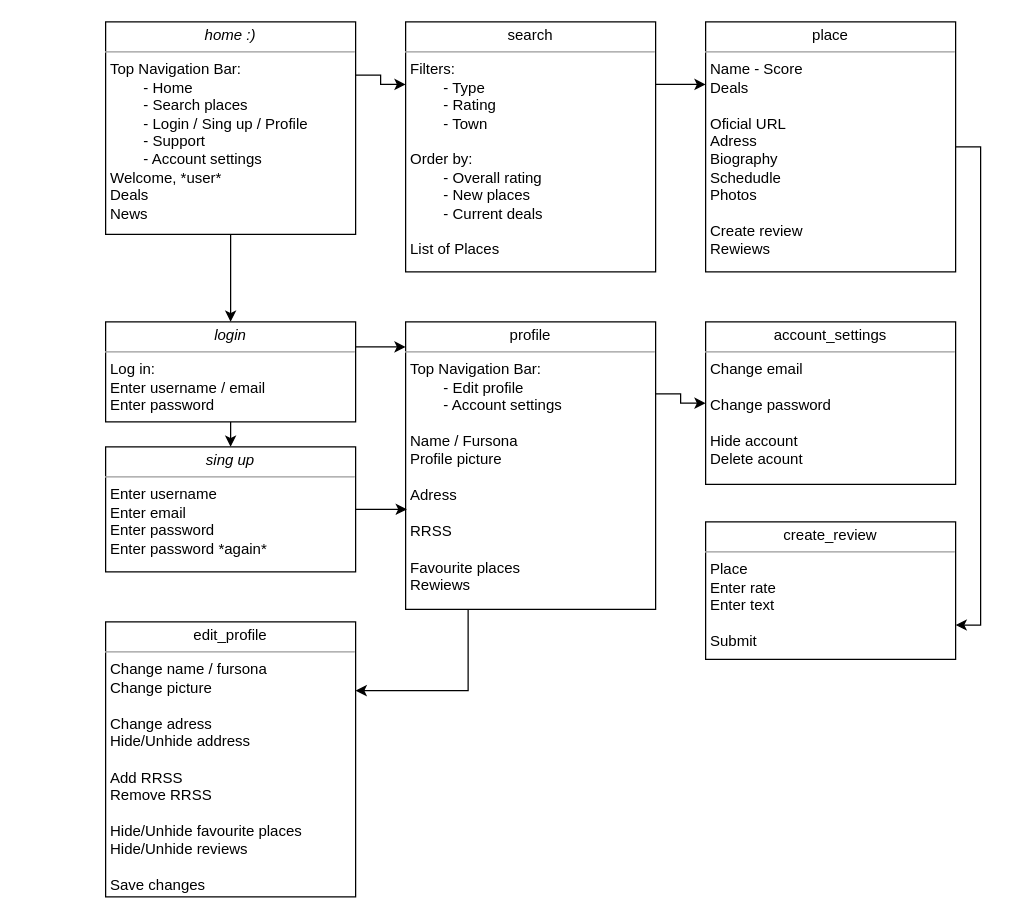
Before: Documents/htmls.drawio in GonzaloLGI/Furry-Advisor, a draw.io diagram. Source tidied: cells renumbered, new cells numbered last; positions are measured from the earlier drawing's top-left corner, leaving out a move shared by most shapes. Both pictures are drawn from the tidied source at 125%, with x=0, y=0 at pixel (105, 21).
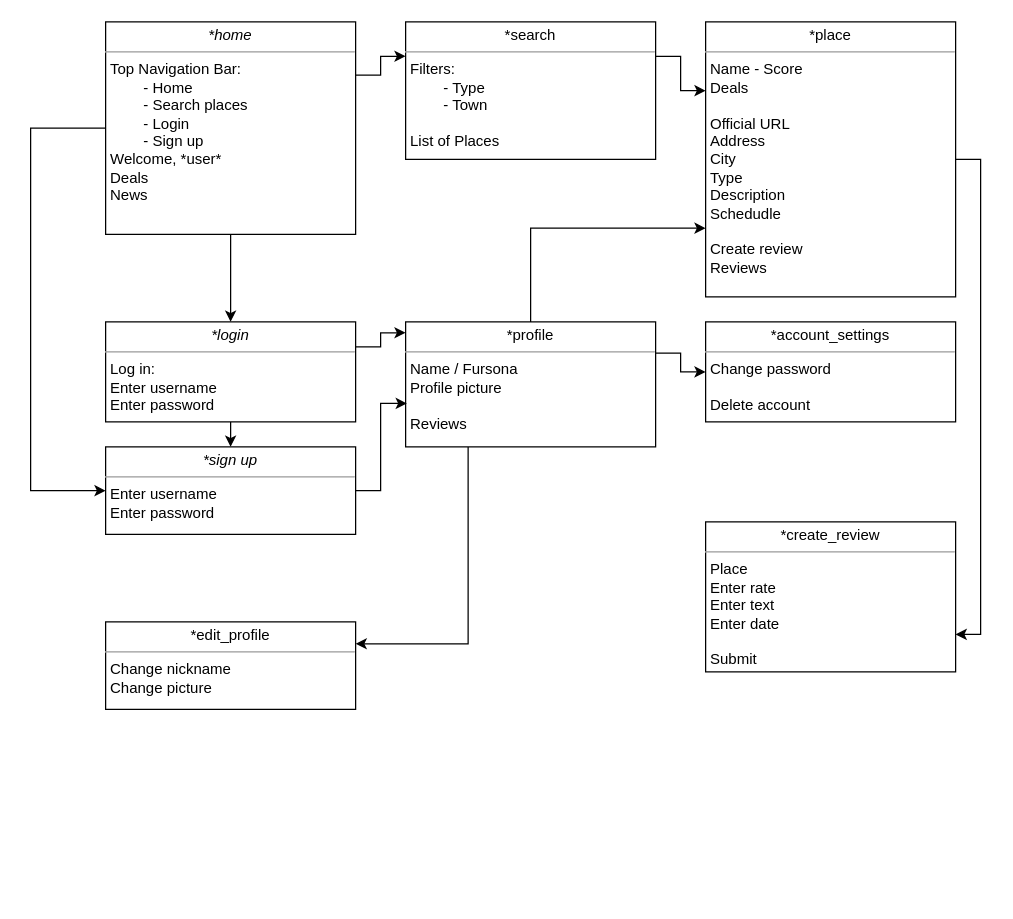
The same diagram, later.

Diff of the diagram source:
```diff
@@
-    <mxCell id="3" value="&lt;p style=&quot;margin: 0px ; margin-top: 4px ; text-align: center&quot;&gt;search&lt;/p&gt;&lt;hr size=&quot;1&quot;&gt;&lt;p style=&quot;margin: 0px ; margin-left: 4px&quot;&gt;Filters:&lt;/p&gt;&lt;p style=&quot;margin: 0px ; margin-left: 4px&quot;&gt;&lt;span style=&quot;white-space: pre&quot;&gt;&#9;&lt;/span&gt;- Type&lt;br&gt;&lt;/p&gt;&lt;p style=&quot;margin: 0px ; margin-left: 4px&quot;&gt;&lt;span style=&quot;white-space: pre&quot;&gt;&#9;&lt;/span&gt;- Rating&lt;br&gt;&lt;/p&gt;&lt;p style=&quot;margin: 0px ; margin-left: 4px&quot;&gt;&lt;span style=&quot;white-space: pre&quot;&gt;&#9;&lt;/span&gt;- Town&lt;br&gt;&lt;/p&gt;&lt;p style=&quot;margin: 0px ; margin-left: 4px&quot;&gt;&lt;br&gt;&lt;/p&gt;&lt;p style=&quot;margin: 0px ; margin-left: 4px&quot;&gt;Order by:&lt;/p&gt;&lt;p style=&quot;margin: 0px ; margin-left: 4px&quot;&gt;&lt;span style=&quot;white-space: pre&quot;&gt;&#9;&lt;/span&gt;- Overall rating&lt;/p&gt;&lt;p style=&quot;margin: 0px ; margin-left: 4px&quot;&gt;&lt;span style=&quot;white-space: pre&quot;&gt;&#9;&lt;/span&gt;- New places&lt;br&gt;&lt;/p&gt;&lt;p style=&quot;margin: 0px ; margin-left: 4px&quot;&gt;&lt;span style=&quot;white-space: pre&quot;&gt;&#9;&lt;/span&gt;- Current deals&lt;br&gt;&lt;/p&gt;&lt;p style=&quot;margin: 0px ; margin-left: 4px&quot;&gt;&lt;br&gt;&lt;/p&gt;&lt;p style=&quot;margin: 0px ; margin-left: 4px&quot;&gt;List of Places&lt;/p&gt;" style="verticalAlign=top;align=left;overflow=fill;fontSize=12;fontFamily=Helvetica;html=1;rounded=0;shadow=0;comic=0;labelBackgroundColor=none;strokeWidth=1;" parent="1" vertex="1">
-      <mxGeometry x="240" width="200" height="200" as="geometry" />
+    <mxCell id="3" value="&lt;p style=&quot;margin: 0px ; margin-top: 4px ; text-align: center&quot;&gt;*search&lt;/p&gt;&lt;hr size=&quot;1&quot;&gt;&lt;p style=&quot;margin: 0px ; margin-left: 4px&quot;&gt;Filters:&lt;/p&gt;&lt;p style=&quot;margin: 0px ; margin-left: 4px&quot;&gt;&lt;span style=&quot;white-space: pre&quot;&gt;&#9;&lt;/span&gt;- Type&lt;/p&gt;&lt;p style=&quot;margin: 0px ; margin-left: 4px&quot;&gt;&lt;span style=&quot;white-space: pre&quot;&gt;&#9;&lt;/span&gt;- Town&lt;/p&gt;&lt;p style=&quot;margin: 0px ; margin-left: 4px&quot;&gt;&lt;br&gt;&lt;/p&gt;&lt;p style=&quot;margin: 0px ; margin-left: 4px&quot;&gt;List of Places&lt;/p&gt;" style="verticalAlign=top;align=left;overflow=fill;fontSize=12;fontFamily=Helvetica;html=1;rounded=0;shadow=0;comic=0;labelBackgroundColor=none;strokeWidth=1;" parent="1" vertex="1">
+      <mxGeometry x="240" width="200" height="110" as="geometry" />
     </mxCell>
@@
-    <mxCell id="6" value="&lt;p style=&quot;margin: 0px ; margin-top: 4px ; text-align: center&quot;&gt;&lt;i&gt;l&lt;/i&gt;&lt;i&gt;ogin&lt;/i&gt;&lt;/p&gt;&lt;hr size=&quot;1&quot;&gt;&lt;p style=&quot;margin: 0px ; margin-left: 4px&quot;&gt;Log in:&lt;/p&gt;&lt;p style=&quot;margin: 0px ; margin-left: 4px&quot;&gt;Enter username /&lt;span&gt;&amp;nbsp;email&lt;/span&gt;&lt;/p&gt;&lt;p style=&quot;margin: 0px ; margin-left: 4px&quot;&gt;Enter password&lt;/p&gt;&lt;p style=&quot;margin: 0px ; margin-left: 4px&quot;&gt;&lt;br&gt;&lt;/p&gt;" style="verticalAlign=top;align=left;overflow=fill;fontSize=12;fontFamily=Helvetica;html=1;rounded=0;shadow=0;comic=0;labelBackgroundColor=none;strokeWidth=1;" parent="1" vertex="1">
+    <mxCell id="6" value="&lt;p style=&quot;margin: 0px ; margin-top: 4px ; text-align: center&quot;&gt;&lt;i&gt;*l&lt;/i&gt;&lt;i&gt;ogin&lt;/i&gt;&lt;/p&gt;&lt;hr size=&quot;1&quot;&gt;&lt;p style=&quot;margin: 0px ; margin-left: 4px&quot;&gt;Log in:&lt;/p&gt;&lt;p style=&quot;margin: 0px ; margin-left: 4px&quot;&gt;Enter username&lt;/p&gt;&lt;p style=&quot;margin: 0px ; margin-left: 4px&quot;&gt;Enter password&lt;/p&gt;&lt;p style=&quot;margin: 0px ; margin-left: 4px&quot;&gt;&lt;br&gt;&lt;/p&gt;" style="verticalAlign=top;align=left;overflow=fill;fontSize=12;fontFamily=Helvetica;html=1;rounded=0;shadow=0;comic=0;labelBackgroundColor=none;strokeWidth=1;" parent="1" vertex="1">
       <mxGeometry y="240" width="200" height="80" as="geometry" />
     </mxCell>
@@
+    <mxCell id="20" style="edgeStyle=elbowEdgeStyle;rounded=0;jettySize=auto;html=1;exitX=0;exitY=0.5;exitDx=0;exitDy=0;entryX=0;entryY=0.5;entryDx=0;entryDy=0;" parent="1" edge="1" source="9" target="19">
+      <mxGeometry relative="1" as="geometry">
+        <Array as="points">
+          <mxPoint x="-60" y="230" />
+        </Array>
+      </mxGeometry>
+    </mxCell>
-    <mxCell id="9" value="&lt;p style=&quot;margin: 0px ; margin-top: 4px ; text-align: center&quot;&gt;&lt;i&gt;home :)&lt;/i&gt;&lt;/p&gt;&lt;hr size=&quot;1&quot;&gt;&lt;p style=&quot;margin: 0px ; margin-left: 4px&quot;&gt;Top Navigation Bar:&lt;/p&gt;&lt;p style=&quot;margin: 0px ; margin-left: 4px&quot;&gt;&lt;span style=&quot;white-space: pre&quot;&gt;&#9;&lt;/span&gt;- Home&lt;br&gt;&lt;/p&gt;&lt;p style=&quot;margin: 0px ; margin-left: 4px&quot;&gt;&lt;span style=&quot;white-space: pre&quot;&gt;&#9;&lt;/span&gt;- Search places&lt;br&gt;&lt;/p&gt;&lt;p style=&quot;margin: 0px ; margin-left: 4px&quot;&gt;&lt;span style=&quot;white-space: pre&quot;&gt;&#9;&lt;/span&gt;- Login / Sing up /&lt;span&gt;&amp;nbsp;Profile&lt;/span&gt;&lt;/p&gt;&lt;p style=&quot;margin: 0px ; margin-left: 4px&quot;&gt;&lt;span style=&quot;white-space: pre&quot;&gt;&#9;&lt;/span&gt;- Support&lt;br&gt;&lt;/p&gt;&lt;p style=&quot;margin: 0px ; margin-left: 4px&quot;&gt;&lt;span style=&quot;white-space: pre&quot;&gt;&#9;&lt;/span&gt;- Account settings&lt;br&gt;&lt;/p&gt;&lt;p style=&quot;margin: 0px ; margin-left: 4px&quot;&gt;Welcome, *user*&lt;/p&gt;&lt;p style=&quot;margin: 0px ; margin-left: 4px&quot;&gt;Deals&lt;/p&gt;&lt;p style=&quot;margin: 0px ; margin-left: 4px&quot;&gt;News&lt;/p&gt;&lt;p style=&quot;margin: 0px ; margin-left: 4px&quot;&gt;&lt;br&gt;&lt;/p&gt;&lt;p style=&quot;margin: 0px ; margin-left: 4px&quot;&gt;&lt;br&gt;&lt;/p&gt;" style="verticalAlign=top;align=left;overflow=fill;fontSize=12;fontFamily=Helvetica;html=1;rounded=0;shadow=0;comic=0;labelBackgroundColor=none;strokeWidth=1;" parent="1" vertex="1">
+    <mxCell id="9" value="&lt;p style=&quot;margin: 0px ; margin-top: 4px ; text-align: center&quot;&gt;&lt;i&gt;*home&lt;/i&gt;&lt;/p&gt;&lt;hr size=&quot;1&quot;&gt;&lt;p style=&quot;margin: 0px ; margin-left: 4px&quot;&gt;Top Navigation Bar:&lt;/p&gt;&lt;p style=&quot;margin: 0px ; margin-left: 4px&quot;&gt;&lt;span style=&quot;white-space: pre&quot;&gt;&#9;&lt;/span&gt;- Home&lt;br&gt;&lt;/p&gt;&lt;p style=&quot;margin: 0px ; margin-left: 4px&quot;&gt;&lt;span style=&quot;white-space: pre&quot;&gt;&#9;&lt;/span&gt;- Search places&lt;br&gt;&lt;/p&gt;&lt;p style=&quot;margin: 0px ; margin-left: 4px&quot;&gt;&lt;span style=&quot;white-space: pre&quot;&gt;&#9;&lt;/span&gt;- Login&lt;/p&gt;&lt;p style=&quot;margin: 0px ; margin-left: 4px&quot;&gt;&lt;span style=&quot;white-space: pre&quot;&gt;&#9;&lt;/span&gt;- Sign up&lt;/p&gt;&lt;p style=&quot;margin: 0px ; margin-left: 4px&quot;&gt;Welcome, *user*&lt;/p&gt;&lt;p style=&quot;margin: 0px ; margin-left: 4px&quot;&gt;Deals&lt;/p&gt;&lt;p style=&quot;margin: 0px ; margin-left: 4px&quot;&gt;News&lt;/p&gt;&lt;p style=&quot;margin: 0px ; margin-left: 4px&quot;&gt;&lt;br&gt;&lt;/p&gt;&lt;p style=&quot;margin: 0px ; margin-left: 4px&quot;&gt;&lt;br&gt;&lt;/p&gt;" style="verticalAlign=top;align=left;overflow=fill;fontSize=12;fontFamily=Helvetica;html=1;rounded=0;shadow=0;comic=0;labelBackgroundColor=none;strokeWidth=1;" parent="1" vertex="1">
       <mxGeometry width="200" height="170" as="geometry" />
     </mxCell>
@@
-    <mxCell id="12" value="&lt;p style=&quot;margin: 0px ; margin-top: 4px ; text-align: center&quot;&gt;profile&lt;/p&gt;&lt;hr size=&quot;1&quot;&gt;&lt;p style=&quot;margin: 0px ; margin-left: 4px&quot;&gt;Top Navigation Bar:&lt;/p&gt;&lt;p style=&quot;margin: 0px ; margin-left: 4px&quot;&gt;&lt;span style=&quot;white-space: pre&quot;&gt;&#9;&lt;/span&gt;- Edit profile&lt;br&gt;&lt;/p&gt;&lt;p style=&quot;margin: 0px ; margin-left: 4px&quot;&gt;&lt;span style=&quot;white-space: pre&quot;&gt;&#9;&lt;/span&gt;- Account settings&lt;br&gt;&lt;/p&gt;&lt;p style=&quot;margin: 0px ; margin-left: 4px&quot;&gt;&lt;br&gt;&lt;/p&gt;&lt;p style=&quot;margin: 0px ; margin-left: 4px&quot;&gt;Name / Fursona&lt;/p&gt;&lt;p style=&quot;margin: 0px ; margin-left: 4px&quot;&gt;Profile picture&lt;/p&gt;&lt;p style=&quot;margin: 0px ; margin-left: 4px&quot;&gt;&lt;br&gt;&lt;/p&gt;&lt;p style=&quot;margin: 0px ; margin-left: 4px&quot;&gt;Adress&lt;/p&gt;&lt;p style=&quot;margin: 0px ; margin-left: 4px&quot;&gt;&lt;br&gt;&lt;/p&gt;&lt;p style=&quot;margin: 0px ; margin-left: 4px&quot;&gt;RRSS&lt;/p&gt;&lt;p style=&quot;margin: 0px ; margin-left: 4px&quot;&gt;&lt;br&gt;&lt;/p&gt;&lt;p style=&quot;margin: 0px ; margin-left: 4px&quot;&gt;Favourite places&lt;/p&gt;&lt;p style=&quot;margin: 0px ; margin-left: 4px&quot;&gt;Rewiews&lt;/p&gt;&lt;p style=&quot;margin: 0px ; margin-left: 4px&quot;&gt;&lt;br&gt;&lt;/p&gt;" style="verticalAlign=top;align=left;overflow=fill;fontSize=12;fontFamily=Helvetica;html=1;rounded=0;shadow=0;comic=0;labelBackgroundColor=none;strokeWidth=1;" parent="1" vertex="1">
-      <mxGeometry x="240" y="240" width="200" height="230" as="geometry" />
+    <mxCell id="12" value="&lt;p style=&quot;margin: 0px ; margin-top: 4px ; text-align: center&quot;&gt;*profile&lt;/p&gt;&lt;hr size=&quot;1&quot;&gt;&lt;p style=&quot;margin: 0px ; margin-left: 4px&quot;&gt;&lt;span&gt;Name / Fursona&lt;/span&gt;&lt;br&gt;&lt;/p&gt;&lt;p style=&quot;margin: 0px ; margin-left: 4px&quot;&gt;Profile picture&lt;/p&gt;&lt;p style=&quot;margin: 0px ; margin-left: 4px&quot;&gt;&lt;br&gt;&lt;/p&gt;&lt;p style=&quot;margin: 0px ; margin-left: 4px&quot;&gt;Reviews&lt;/p&gt;&lt;p style=&quot;margin: 0px ; margin-left: 4px&quot;&gt;&lt;br&gt;&lt;/p&gt;" style="verticalAlign=top;align=left;overflow=fill;fontSize=12;fontFamily=Helvetica;html=1;rounded=0;shadow=0;comic=0;labelBackgroundColor=none;strokeWidth=1;" parent="1" vertex="1">
+      <mxGeometry x="240" y="240" width="200" height="100" as="geometry" />
     </mxCell>
-    <mxCell id="13" value="&lt;p style=&quot;margin: 0px ; margin-top: 4px ; text-align: center&quot;&gt;account_settings&lt;/p&gt;&lt;hr size=&quot;1&quot;&gt;&lt;p style=&quot;margin: 0px ; margin-left: 4px&quot;&gt;Change email&lt;/p&gt;&lt;p style=&quot;margin: 0px ; margin-left: 4px&quot;&gt;&lt;br&gt;&lt;/p&gt;&lt;p style=&quot;margin: 0px ; margin-left: 4px&quot;&gt;Change password&lt;/p&gt;&lt;p style=&quot;margin: 0px ; margin-left: 4px&quot;&gt;&lt;br&gt;&lt;/p&gt;&lt;p style=&quot;margin: 0px ; margin-left: 4px&quot;&gt;Hide account&lt;/p&gt;&lt;p style=&quot;margin: 0px ; margin-left: 4px&quot;&gt;Delete acount&lt;/p&gt;" style="verticalAlign=top;align=left;overflow=fill;fontSize=12;fontFamily=Helvetica;html=1;rounded=0;shadow=0;comic=0;labelBackgroundColor=none;strokeWidth=1;" parent="1" vertex="1">
-      <mxGeometry x="480" y="240" width="200" height="130" as="geometry" />
+    <mxCell id="13" value="&lt;p style=&quot;margin: 0px ; margin-top: 4px ; text-align: center&quot;&gt;*account_settings&lt;/p&gt;&lt;hr size=&quot;1&quot;&gt;&lt;p style=&quot;margin: 0px ; margin-left: 4px&quot;&gt;&lt;span&gt;Change password&lt;/span&gt;&lt;br&gt;&lt;/p&gt;&lt;p style=&quot;margin: 0px ; margin-left: 4px&quot;&gt;&lt;br&gt;&lt;/p&gt;&lt;p style=&quot;margin: 0px ; margin-left: 4px&quot;&gt;Delete account&lt;/p&gt;" style="verticalAlign=top;align=left;overflow=fill;fontSize=12;fontFamily=Helvetica;html=1;rounded=0;shadow=0;comic=0;labelBackgroundColor=none;strokeWidth=1;" parent="1" vertex="1">
+      <mxGeometry x="480" y="240" width="200" height="80" as="geometry" />
     </mxCell>
@@
-    <mxCell id="15" value="&lt;p style=&quot;margin: 0px ; margin-top: 4px ; text-align: center&quot;&gt;place&lt;/p&gt;&lt;hr size=&quot;1&quot;&gt;&lt;p style=&quot;margin: 0px ; margin-left: 4px&quot;&gt;Name -&amp;nbsp;&lt;span&gt;Score&lt;/span&gt;&lt;/p&gt;&lt;p style=&quot;margin: 0px ; margin-left: 4px&quot;&gt;Deals&lt;br&gt;&lt;/p&gt;&lt;p style=&quot;margin: 0px ; margin-left: 4px&quot;&gt;&lt;br&gt;&lt;/p&gt;&lt;p style=&quot;margin: 0px ; margin-left: 4px&quot;&gt;Oficial URL&lt;br&gt;&lt;/p&gt;&lt;p style=&quot;margin: 0px ; margin-left: 4px&quot;&gt;Adress&lt;/p&gt;&lt;p style=&quot;margin: 0px ; margin-left: 4px&quot;&gt;Biography&lt;br&gt;&lt;/p&gt;&lt;p style=&quot;margin: 0px ; margin-left: 4px&quot;&gt;Schedudle&lt;/p&gt;&lt;p style=&quot;margin: 0px ; margin-left: 4px&quot;&gt;Photos&lt;/p&gt;&lt;p style=&quot;margin: 0px ; margin-left: 4px&quot;&gt;&lt;br&gt;&lt;/p&gt;&lt;p style=&quot;margin: 0px ; margin-left: 4px&quot;&gt;Create review&lt;/p&gt;&lt;p style=&quot;margin: 0px ; margin-left: 4px&quot;&gt;Rewiews&lt;/p&gt;&lt;p style=&quot;margin: 0px ; margin-left: 4px&quot;&gt;&lt;br&gt;&lt;/p&gt;" style="verticalAlign=top;align=left;overflow=fill;fontSize=12;fontFamily=Helvetica;html=1;rounded=0;shadow=0;comic=0;labelBackgroundColor=none;strokeWidth=1;" parent="1" vertex="1">
-      <mxGeometry x="480" width="200" height="200" as="geometry" />
+    <mxCell id="15" value="&lt;p style=&quot;margin: 0px ; margin-top: 4px ; text-align: center&quot;&gt;*place&lt;/p&gt;&lt;hr size=&quot;1&quot;&gt;&lt;p style=&quot;margin: 0px ; margin-left: 4px&quot;&gt;Name -&amp;nbsp;&lt;span&gt;Score&lt;/span&gt;&lt;/p&gt;&lt;p style=&quot;margin: 0px ; margin-left: 4px&quot;&gt;Deals&lt;br&gt;&lt;/p&gt;&lt;p style=&quot;margin: 0px ; margin-left: 4px&quot;&gt;&lt;br&gt;&lt;/p&gt;&lt;p style=&quot;margin: 0px ; margin-left: 4px&quot;&gt;Official URL&lt;br&gt;&lt;/p&gt;&lt;p style=&quot;margin: 0px ; margin-left: 4px&quot;&gt;Address&lt;/p&gt;&lt;p style=&quot;margin: 0px ; margin-left: 4px&quot;&gt;City&lt;/p&gt;&lt;p style=&quot;margin: 0px ; margin-left: 4px&quot;&gt;Type&lt;/p&gt;&lt;p style=&quot;margin: 0px ; margin-left: 4px&quot;&gt;Description&lt;br&gt;&lt;/p&gt;&lt;p style=&quot;margin: 0px ; margin-left: 4px&quot;&gt;Schedudle&lt;/p&gt;&lt;p style=&quot;margin: 0px ; margin-left: 4px&quot;&gt;&lt;br&gt;&lt;/p&gt;&lt;p style=&quot;margin: 0px ; margin-left: 4px&quot;&gt;Create review&lt;/p&gt;&lt;p style=&quot;margin: 0px ; margin-left: 4px&quot;&gt;Reviews&lt;/p&gt;&lt;p style=&quot;margin: 0px ; margin-left: 4px&quot;&gt;&lt;br&gt;&lt;/p&gt;" style="verticalAlign=top;align=left;overflow=fill;fontSize=12;fontFamily=Helvetica;html=1;rounded=0;shadow=0;comic=0;labelBackgroundColor=none;strokeWidth=1;" parent="1" vertex="1">
+      <mxGeometry x="480" width="200" height="220" as="geometry" />
     </mxCell>
-    <mxCell id="16" value="&lt;p style=&quot;margin: 0px ; margin-top: 4px ; text-align: center&quot;&gt;edit_profile&lt;/p&gt;&lt;hr size=&quot;1&quot;&gt;&lt;p style=&quot;margin: 0px ; margin-left: 4px&quot;&gt;Change name / fursona&lt;/p&gt;&lt;p style=&quot;margin: 0px ; margin-left: 4px&quot;&gt;Change picture&lt;/p&gt;&lt;p style=&quot;margin: 0px ; margin-left: 4px&quot;&gt;&lt;br&gt;&lt;/p&gt;&lt;p style=&quot;margin: 0px ; margin-left: 4px&quot;&gt;Change adress&lt;/p&gt;&lt;p style=&quot;margin: 0px ; margin-left: 4px&quot;&gt;Hide/Unhide address&lt;/p&gt;&lt;p style=&quot;margin: 0px ; margin-left: 4px&quot;&gt;&lt;br&gt;&lt;/p&gt;&lt;p style=&quot;margin: 0px ; margin-left: 4px&quot;&gt;Add RRSS&lt;/p&gt;&lt;p style=&quot;margin: 0px ; margin-left: 4px&quot;&gt;Remove RRSS&lt;/p&gt;&lt;p style=&quot;margin: 0px ; margin-left: 4px&quot;&gt;&lt;br&gt;&lt;/p&gt;&lt;p style=&quot;margin: 0px ; margin-left: 4px&quot;&gt;Hide/Unhide favourite places&lt;/p&gt;&lt;p style=&quot;margin: 0px ; margin-left: 4px&quot;&gt;Hide/Unhide reviews&lt;/p&gt;&lt;p style=&quot;margin: 0px ; margin-left: 4px&quot;&gt;&lt;br&gt;&lt;/p&gt;&lt;p style=&quot;margin: 0px ; margin-left: 4px&quot;&gt;Save changes&lt;/p&gt;" style="verticalAlign=top;align=left;overflow=fill;fontSize=12;fontFamily=Helvetica;html=1;rounded=0;shadow=0;comic=0;labelBackgroundColor=none;strokeWidth=1;" parent="1" vertex="1">
-      <mxGeometry y="480" width="200" height="220" as="geometry" />
+    <mxCell id="16" value="&lt;p style=&quot;margin: 0px ; margin-top: 4px ; text-align: center&quot;&gt;*edit_profile&lt;/p&gt;&lt;hr size=&quot;1&quot;&gt;&lt;p style=&quot;margin: 0px ; margin-left: 4px&quot;&gt;Change nickname&lt;/p&gt;&lt;p style=&quot;margin: 0px ; margin-left: 4px&quot;&gt;Change picture&lt;br&gt;&lt;/p&gt;" style="verticalAlign=top;align=left;overflow=fill;fontSize=12;fontFamily=Helvetica;html=1;rounded=0;shadow=0;comic=0;labelBackgroundColor=none;strokeWidth=1;" parent="1" vertex="1">
+      <mxGeometry y="480" width="200" height="70" as="geometry" />
     </mxCell>
-    <mxCell id="17" value="&lt;p style=&quot;margin: 0px ; margin-top: 4px ; text-align: center&quot;&gt;create_review&lt;/p&gt;&lt;hr size=&quot;1&quot;&gt;&lt;p style=&quot;margin: 0px ; margin-left: 4px&quot;&gt;Place&lt;/p&gt;&lt;p style=&quot;margin: 0px ; margin-left: 4px&quot;&gt;Enter rate&lt;br&gt;&lt;/p&gt;&lt;p style=&quot;margin: 0px ; margin-left: 4px&quot;&gt;Enter text&lt;/p&gt;&lt;p style=&quot;margin: 0px ; margin-left: 4px&quot;&gt;&lt;br&gt;&lt;/p&gt;&lt;p style=&quot;margin: 0px ; margin-left: 4px&quot;&gt;Submit&lt;/p&gt;" style="verticalAlign=top;align=left;overflow=fill;fontSize=12;fontFamily=Helvetica;html=1;rounded=0;shadow=0;comic=0;labelBackgroundColor=none;strokeWidth=1;" parent="1" vertex="1">
-      <mxGeometry x="480" y="400" width="200" height="110" as="geometry" />
+    <mxCell id="17" value="&lt;p style=&quot;margin: 0px ; margin-top: 4px ; text-align: center&quot;&gt;*create_review&lt;/p&gt;&lt;hr size=&quot;1&quot;&gt;&lt;p style=&quot;margin: 0px ; margin-left: 4px&quot;&gt;Place&lt;/p&gt;&lt;p style=&quot;margin: 0px ; margin-left: 4px&quot;&gt;Enter rate&lt;br&gt;&lt;/p&gt;&lt;p style=&quot;margin: 0px ; margin-left: 4px&quot;&gt;Enter text&lt;/p&gt;&lt;p style=&quot;margin: 0px ; margin-left: 4px&quot;&gt;Enter date&lt;/p&gt;&lt;p style=&quot;margin: 0px ; margin-left: 4px&quot;&gt;&lt;br&gt;&lt;/p&gt;&lt;p style=&quot;margin: 0px ; margin-left: 4px&quot;&gt;Submit&lt;/p&gt;" style="verticalAlign=top;align=left;overflow=fill;fontSize=12;fontFamily=Helvetica;html=1;rounded=0;shadow=0;comic=0;labelBackgroundColor=none;strokeWidth=1;" parent="1" vertex="1">
+      <mxGeometry x="480" y="400" width="200" height="120" as="geometry" />
     </mxCell>
@@
-    <mxCell id="19" value="&lt;p style=&quot;margin: 0px ; margin-top: 4px ; text-align: center&quot;&gt;&lt;i&gt;sing up&lt;/i&gt;&lt;/p&gt;&lt;hr size=&quot;1&quot;&gt;&lt;p style=&quot;margin: 0px ; margin-left: 4px&quot;&gt;&lt;span&gt;Enter username&lt;/span&gt;&lt;br&gt;&lt;/p&gt;&lt;p style=&quot;margin: 0px 0px 0px 4px&quot;&gt;Enter email&lt;/p&gt;&lt;p style=&quot;margin: 0px 0px 0px 4px&quot;&gt;Enter password&lt;/p&gt;&lt;p style=&quot;margin: 0px 0px 0px 4px&quot;&gt;Enter password *again*&lt;/p&gt;" style="verticalAlign=top;align=left;overflow=fill;fontSize=12;fontFamily=Helvetica;html=1;rounded=0;shadow=0;comic=0;labelBackgroundColor=none;strokeWidth=1;" parent="1" vertex="1">
-      <mxGeometry y="340" width="200" height="100" as="geometry" />
+    <mxCell id="19" value="&lt;p style=&quot;margin: 0px ; margin-top: 4px ; text-align: center&quot;&gt;&lt;i&gt;*sign up&lt;/i&gt;&lt;/p&gt;&lt;hr size=&quot;1&quot;&gt;&lt;p style=&quot;margin: 0px ; margin-left: 4px&quot;&gt;&lt;span&gt;Enter username&lt;/span&gt;&lt;/p&gt;&lt;p style=&quot;margin: 0px 0px 0px 4px&quot;&gt;Enter password&lt;/p&gt;" style="verticalAlign=top;align=left;overflow=fill;fontSize=12;fontFamily=Helvetica;html=1;rounded=0;shadow=0;comic=0;labelBackgroundColor=none;strokeWidth=1;" parent="1" vertex="1">
+      <mxGeometry y="340" width="200" height="70" as="geometry" />
     </mxCell>
+    <mxCell id="21" style="endArrow=classic;html=1;rounded=0;exitX=0.5;exitY=0;exitDx=0;exitDy=0;entryX=0;entryY=0.75;entryDx=0;entryDy=0;edgeStyle=elbowEdgeStyle;" parent="1" edge="1" source="12" target="15">
+      <mxGeometry relative="1" as="geometry">
+        <Array as="points">
+          <mxPoint x="340" y="220" />
+          <mxPoint x="370" y="180" />
+        </Array>
+      </mxGeometry>
+    </mxCell>
```
